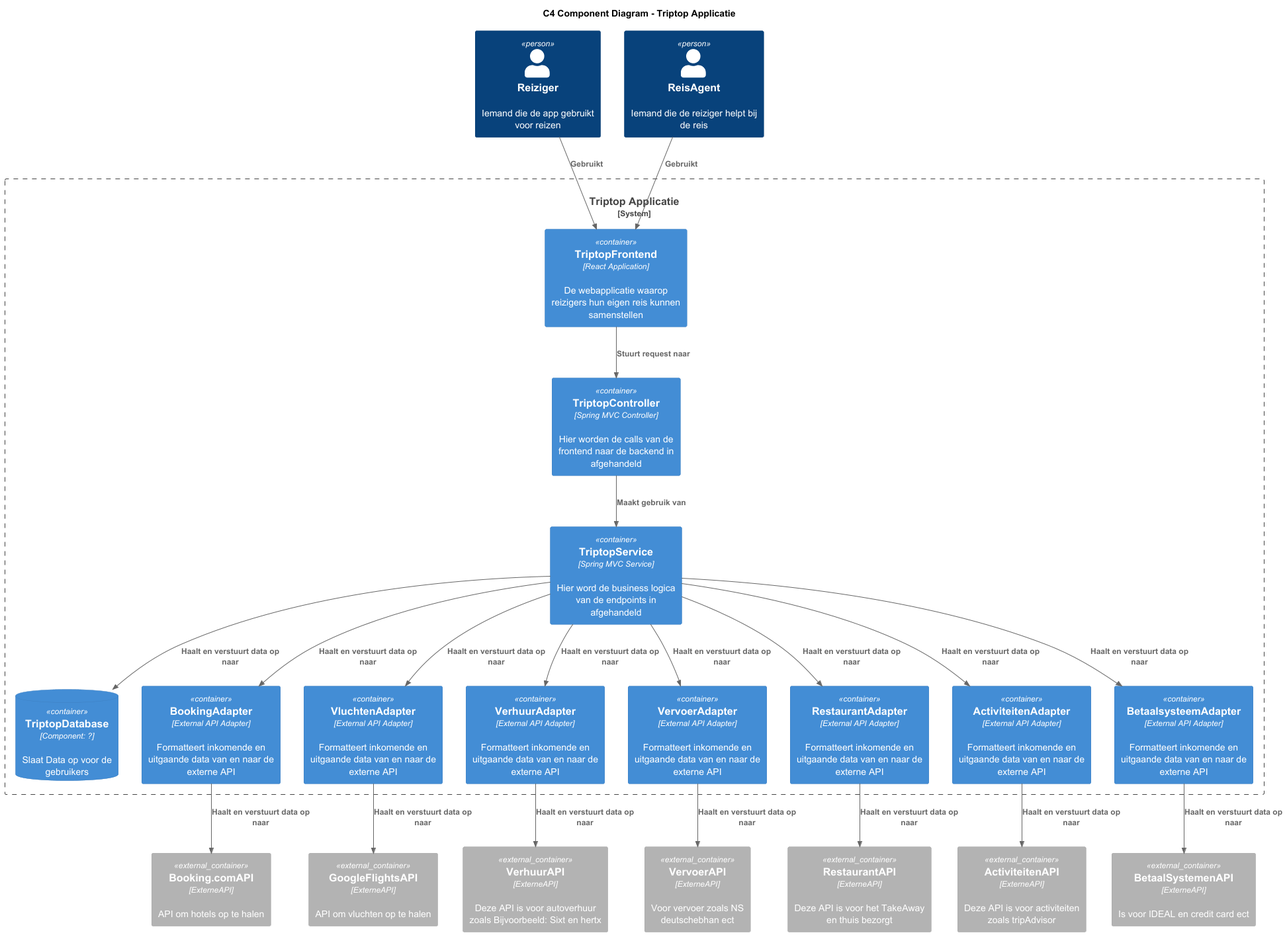
The PlantUML diagram opdracht-diagrammen/C4-Diagrammen/ComponentDiagramJamiro.png in AIM-ENE-feb25/triptop-peak-performers-groep-1, before a commit. Source of this version:
```plantuml
@startuml
!include <C4/C4_Container>

title C4 Component Diagram - Triptop Applicatie

Person(Reiziger, "Reiziger", "Iemand die de app gebruikt voor reizen")
Person(ReisAgent, "ReisAgent", "Iemand die de reiziger helpt bij de reis")



System_Boundary(c3, Triptop Applicatie) {
Container(TriptopFrontend,TriptopFrontend,React Application,De webapplicatie waarop reizigers hun eigen reis kunnen samenstellen)

Container(TriptopController,TriptopController,Spring MVC Controller, Hier worden de calls van de frontend naar de backend in afgehandeld)
Container(TriptopService,TriptopService,Spring MVC Service,Hier word de business logica van de endpoints in afgehandeld)

ContainerDb(db, TriptopDatabase, Component: ? , Slaat Data op voor de gebruikers)

Container(BookingAdapter,BookingAdapter,External API Adapter,Formatteert inkomende en uitgaande data van en naar de externe API)
Container(VluchtenAdapter,VluchtenAdapter,External API Adapter,Formatteert inkomende en uitgaande data van en naar de externe API)
Container(VerhuurAdapter,VerhuurAdapter,External API Adapter,Formatteert inkomende en uitgaande data van en naar de externe API)
Container(VervoerAdapter,VervoerAdapter,External API Adapter,Formatteert inkomende en uitgaande data van en naar de externe API)
Container(RestaurantAdapter,RestaurantAdapter,External API Adapter,Formatteert inkomende en uitgaande data van en naar de externe API)
Container(ActiviteitenAdapter,ActiviteitenAdapter,External API Adapter,Formatteert inkomende en uitgaande data van en naar de externe API)
Container(BetaalsysteemAdapter,BetaalsysteemAdapter,External API Adapter,Formatteert inkomende en uitgaande data van en naar de externe API)
}



Container_Ext(Booking.comAPI, Booking.comAPI,ExterneAPI,API om hotels op te halen)
Container_Ext(VluchtenAPI, GoogleFlightsAPI,ExterneAPI,API om vluchten op te halen)
Container_Ext(VerhuurAPI, "VerhuurAPI",ExterneAPI,"Deze API is voor autoverhuur zoals Bijvoorbeeld: Sixt en hertx")
Container_Ext(RestaurantAPI, RestaurantAPI,ExterneAPI,"Deze API is voor het TakeAway en thuis bezorgt")
Container_Ext(ActiviteitenAPI, "ActiviteitenAPI",ExterneAPI,"Deze API is voor activiteiten zoals tripAdvisor")
Container_Ext(BetaalSystemenAPI, "BetaalSystemenAPI",ExterneAPI,"Is voor IDEAL en credit card ect")
Container_Ext(VervoerAPI, "VervoerAPI",ExterneAPI,"Voor vervoer zoals NS deutschebhan ect")






Rel(Reiziger,TriptopFrontend, "Gebruikt")
Rel("ReisAgent",TriptopFrontend, "Gebruikt")

Rel(TriptopFrontend,TriptopController,Stuurt request naar)

Rel(TriptopController,TriptopService,Maakt gebruik van)

Rel(TriptopService,db,Haalt en verstuurt data op naar)

Rel(TriptopService,BookingAdapter,Haalt en verstuurt data op naar)
Rel(TriptopService,VluchtenAdapter,Haalt en verstuurt data op naar)
Rel(TriptopService,VerhuurAdapter,Haalt en verstuurt data op naar)
Rel(TriptopService,RestaurantAdapter,Haalt en verstuurt data op naar)
Rel(TriptopService,ActiviteitenAdapter,Haalt en verstuurt data op naar)
Rel(TriptopService,BetaalsysteemAdapter,Haalt en verstuurt data op naar)
Rel(TriptopService,VervoerAdapter,Haalt en verstuurt data op naar)

Rel(BookingAdapter,Booking.comAPI,Haalt en verstuurt data op naar)
Rel(VluchtenAdapter,VluchtenAPI,Haalt en verstuurt data op naar)
Rel(VerhuurAdapter,VerhuurAPI,Haalt en verstuurt data op naar)
Rel(VervoerAdapter,VervoerAPI,Haalt en verstuurt data op naar)
Rel(RestaurantAdapter,RestaurantAPI,Haalt en verstuurt data op naar)
Rel(ActiviteitenAdapter,ActiviteitenAPI,Haalt en verstuurt data op naar)
Rel(BetaalsysteemAdapter,BetaalSystemenAPI,Haalt en verstuurt data op naar)







@enduml
```
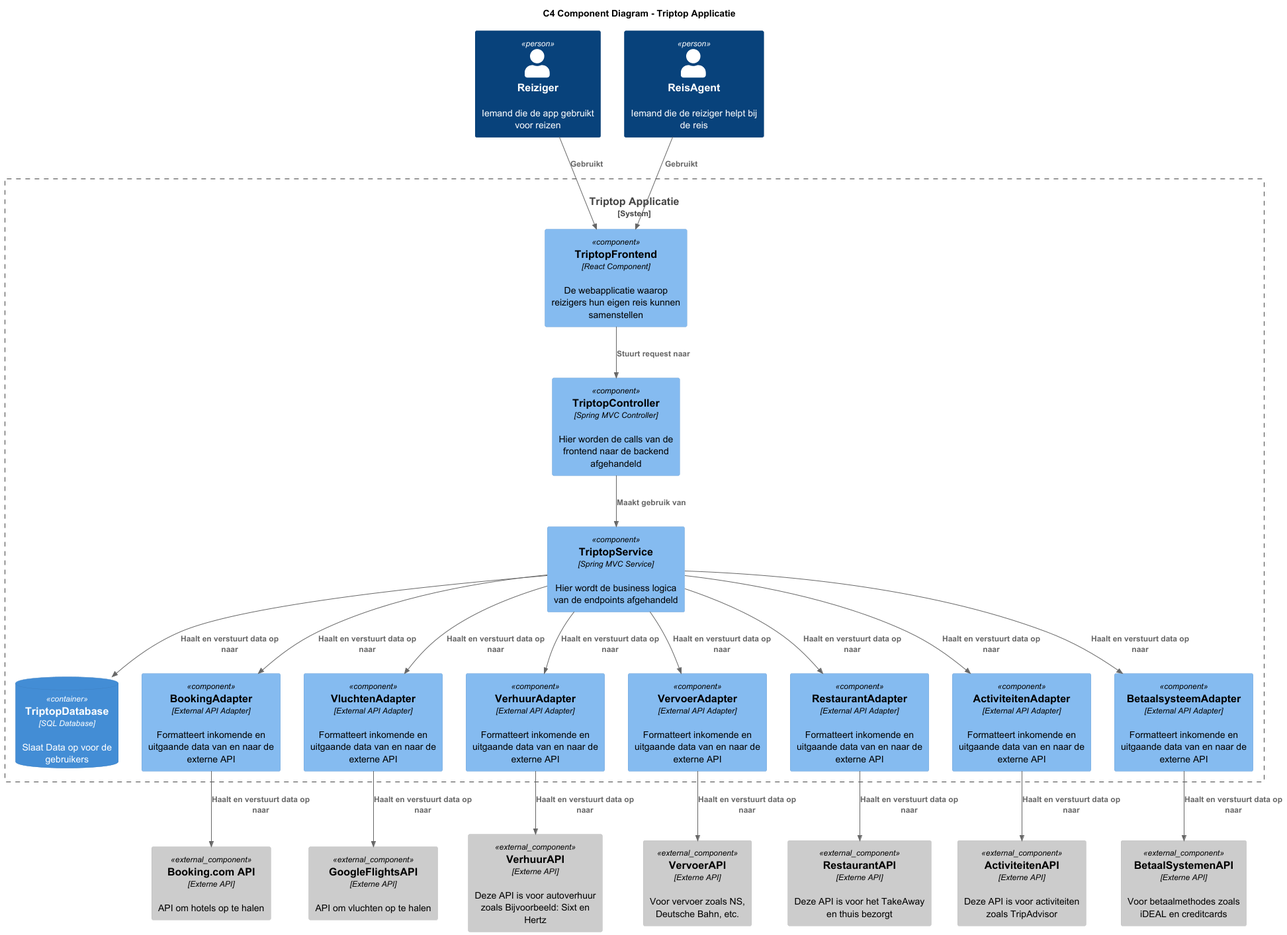
After the change.

Commit message:
component diagram en classe diagram aangepast

Diff of the diagram source:
```diff
@@ -1,74 +1,60 @@
 @startuml
-!include <C4/C4_Container>
+!include <C4/C4_Component>
 
 title C4 Component Diagram - Triptop Applicatie
 
 Person(Reiziger, "Reiziger", "Iemand die de app gebruikt voor reizen")
 Person(ReisAgent, "ReisAgent", "Iemand die de reiziger helpt bij de reis")
 
+System_Boundary(c3, Triptop Applicatie) {
+    Component(TriptopFrontend, "TriptopFrontend", "React Component", "De webapplicatie waarop reizigers hun eigen reis kunnen samenstellen")
 
+    Component(TriptopController, "TriptopController", "Spring MVC Controller", "Hier worden de calls van de frontend naar de backend afgehandeld")
 
-System_Boundary(c3, Triptop Applicatie) {
-Container(TriptopFrontend,TriptopFrontend,React Application,De webapplicatie waarop reizigers hun eigen reis kunnen samenstellen)
+    Component(TriptopService, "TriptopService", "Spring MVC Service", "Hier wordt de business logica van de endpoints afgehandeld")
 
-Container(TriptopController,TriptopController,Spring MVC Controller, Hier worden de calls van de frontend naar de backend in afgehandeld)
-Container(TriptopService,TriptopService,Spring MVC Service,Hier word de business logica van de endpoints in afgehandeld)
+    ContainerDb(db, "TriptopDatabase", "SQL Database", "Slaat Data op voor de gebruikers")
 
-ContainerDb(db, TriptopDatabase, Component: ? , Slaat Data op voor de gebruikers)
-
-Container(BookingAdapter,BookingAdapter,External API Adapter,Formatteert inkomende en uitgaande data van en naar de externe API)
-Container(VluchtenAdapter,VluchtenAdapter,External API Adapter,Formatteert inkomende en uitgaande data van en naar de externe API)
-Container(VerhuurAdapter,VerhuurAdapter,External API Adapter,Formatteert inkomende en uitgaande data van en naar de externe API)
-Container(VervoerAdapter,VervoerAdapter,External API Adapter,Formatteert inkomende en uitgaande data van en naar de externe API)
-Container(RestaurantAdapter,RestaurantAdapter,External API Adapter,Formatteert inkomende en uitgaande data van en naar de externe API)
-Container(ActiviteitenAdapter,ActiviteitenAdapter,External API Adapter,Formatteert inkomende en uitgaande data van en naar de externe API)
-Container(BetaalsysteemAdapter,BetaalsysteemAdapter,External API Adapter,Formatteert inkomende en uitgaande data van en naar de externe API)
+    Component(BookingAdapter, "BookingAdapter", "External API Adapter", "Formatteert inkomende en uitgaande data van en naar de externe API")
+    Component(VluchtenAdapter, "VluchtenAdapter", "External API Adapter", "Formatteert inkomende en uitgaande data van en naar de externe API")
+    Component(VerhuurAdapter, "VerhuurAdapter", "External API Adapter", "Formatteert inkomende en uitgaande data van en naar de externe API")
+    Component(VervoerAdapter, "VervoerAdapter", "External API Adapter", "Formatteert inkomende en uitgaande data van en naar de externe API")
+    Component(RestaurantAdapter, "RestaurantAdapter", "External API Adapter", "Formatteert inkomende en uitgaande data van en naar de externe API")
+    Component(ActiviteitenAdapter, "ActiviteitenAdapter", "External API Adapter", "Formatteert inkomende en uitgaande data van en naar de externe API")
+    Component(BetaalsysteemAdapter, "BetaalsysteemAdapter", "External API Adapter", "Formatteert inkomende en uitgaande data van en naar de externe API")
 }
 
+Component_Ext(Booking.comAPI, "Booking.com API", "Externe API", "API om hotels op te halen")
+Component_Ext(VluchtenAPI, "GoogleFlightsAPI", "Externe API", "API om vluchten op te halen")
+Component_Ext(VerhuurAPI, "VerhuurAPI", "Externe API", "Deze API is voor autoverhuur zoals Bijvoorbeeld: Sixt en Hertz")
+Component_Ext(RestaurantAPI, "RestaurantAPI", "Externe API", "Deze API is voor het TakeAway en thuis bezorgt")
+Component_Ext(ActiviteitenAPI, "ActiviteitenAPI", "Externe API", "Deze API is voor activiteiten zoals TripAdvisor")
+Component_Ext(BetaalSystemenAPI, "BetaalSystemenAPI", "Externe API", "Voor betaalmethodes zoals iDEAL en creditcards")
+Component_Ext(VervoerAPI, "VervoerAPI", "Externe API", "Voor vervoer zoals NS, Deutsche Bahn, etc.")
 
+Rel(Reiziger, TriptopFrontend, "Gebruikt")
+Rel(ReisAgent, TriptopFrontend, "Gebruikt")
 
-Container_Ext(Booking.comAPI, Booking.comAPI,ExterneAPI,API om hotels op te halen)
-Container_Ext(VluchtenAPI, GoogleFlightsAPI,ExterneAPI,API om vluchten op te halen)
-Container_Ext(VerhuurAPI, "VerhuurAPI",ExterneAPI,"Deze API is voor autoverhuur zoals Bijvoorbeeld: Sixt en hertx")
-Container_Ext(RestaurantAPI, RestaurantAPI,ExterneAPI,"Deze API is voor het TakeAway en thuis bezorgt")
-Container_Ext(ActiviteitenAPI, "ActiviteitenAPI",ExterneAPI,"Deze API is voor activiteiten zoals tripAdvisor")
-Container_Ext(BetaalSystemenAPI, "BetaalSystemenAPI",ExterneAPI,"Is voor IDEAL en credit card ect")
-Container_Ext(VervoerAPI, "VervoerAPI",ExterneAPI,"Voor vervoer zoals NS deutschebhan ect")
+Rel(TriptopFrontend, TriptopController, "Stuurt request naar")
 
+Rel(TriptopController, TriptopService, "Maakt gebruik van")
 
+Rel(TriptopService, db, "Haalt en verstuurt data op naar")
 
+Rel(TriptopService, BookingAdapter, "Haalt en verstuurt data op naar")
+Rel(TriptopService, VluchtenAdapter, "Haalt en verstuurt data op naar")
+Rel(TriptopService, VerhuurAdapter, "Haalt en verstuurt data op naar")
+Rel(TriptopService, RestaurantAdapter, "Haalt en verstuurt data op naar")
+Rel(TriptopService, ActiviteitenAdapter, "Haalt en verstuurt data op naar")
+Rel(TriptopService, BetaalsysteemAdapter, "Haalt en verstuurt data op naar")
+Rel(TriptopService, VervoerAdapter, "Haalt en verstuurt data op naar")
 
-
-
-Rel(Reiziger,TriptopFrontend, "Gebruikt")
-Rel("ReisAgent",TriptopFrontend, "Gebruikt")
-
-Rel(TriptopFrontend,TriptopController,Stuurt request naar)
-
-Rel(TriptopController,TriptopService,Maakt gebruik van)
-
-Rel(TriptopService,db,Haalt en verstuurt data op naar)
-
-Rel(TriptopService,BookingAdapter,Haalt en verstuurt data op naar)
-Rel(TriptopService,VluchtenAdapter,Haalt en verstuurt data op naar)
-Rel(TriptopService,VerhuurAdapter,Haalt en verstuurt data op naar)
-Rel(TriptopService,RestaurantAdapter,Haalt en verstuurt data op naar)
-Rel(TriptopService,ActiviteitenAdapter,Haalt en verstuurt data op naar)
-Rel(TriptopService,BetaalsysteemAdapter,Haalt en verstuurt data op naar)
-Rel(TriptopService,VervoerAdapter,Haalt en verstuurt data op naar)
-
-Rel(BookingAdapter,Booking.comAPI,Haalt en verstuurt data op naar)
-Rel(VluchtenAdapter,VluchtenAPI,Haalt en verstuurt data op naar)
-Rel(VerhuurAdapter,VerhuurAPI,Haalt en verstuurt data op naar)
-Rel(VervoerAdapter,VervoerAPI,Haalt en verstuurt data op naar)
-Rel(RestaurantAdapter,RestaurantAPI,Haalt en verstuurt data op naar)
-Rel(ActiviteitenAdapter,ActiviteitenAPI,Haalt en verstuurt data op naar)
-Rel(BetaalsysteemAdapter,BetaalSystemenAPI,Haalt en verstuurt data op naar)
-
-
-
-
-
-
+Rel(BookingAdapter, Booking.comAPI, "Haalt en verstuurt data op naar")
+Rel(VluchtenAdapter, VluchtenAPI, "Haalt en verstuurt data op naar")
+Rel(VerhuurAdapter, VerhuurAPI, "Haalt en verstuurt data op naar")
+Rel(VervoerAdapter, VervoerAPI, "Haalt en verstuurt data op naar")
+Rel(RestaurantAdapter, RestaurantAPI, "Haalt en verstuurt data op naar")
+Rel(ActiviteitenAdapter, ActiviteitenAPI, "Haalt en verstuurt data op naar")
+Rel(BetaalsysteemAdapter, BetaalSystemenAPI, "Haalt en verstuurt data op naar")
 
 @enduml
```
